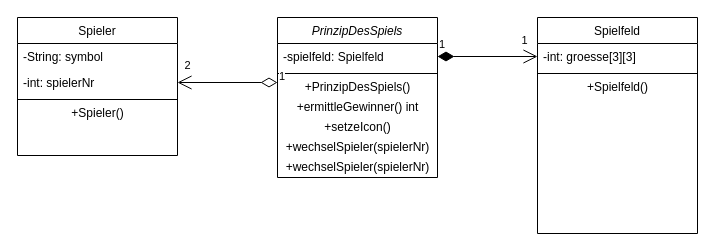
This is TicTacToe.drawio from Desdeney/tictactoe, a draw.io file, before an edit. Source tidied: cells renumbered, new cells numbered last; positions are measured from the earlier drawing's top-left corner, leaving out a move shared by most shapes. Both pictures are drawn from the tidied source at 100%, with x=0, y=0 at pixel (17, 17).
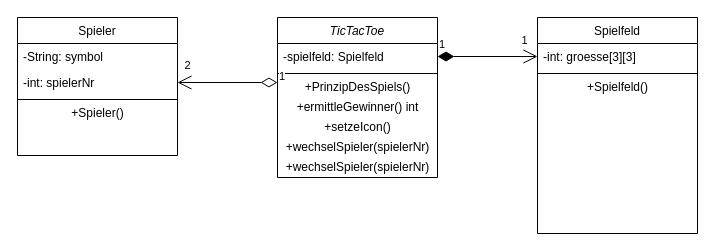
The same page after the edit.

Change to the diagram source:
```diff
@@
-    <mxCell id="2" value="PrinzipDesSpiels" style="swimlane;fontStyle=2;align=center;verticalAlign=top;horizontal=1;startSize=26;rounded=0;shadow=0;strokeWidth=1;" parent="1" vertex="1">
+    <mxCell id="2" value="TicTacToe" style="swimlane;fontStyle=2;align=center;verticalAlign=top;horizontal=1;startSize=26;rounded=0;shadow=0;strokeWidth=1;" parent="1" vertex="1">
       <mxGeometry x="260" width="160" height="160" as="geometry" />
     </mxCell>
```
